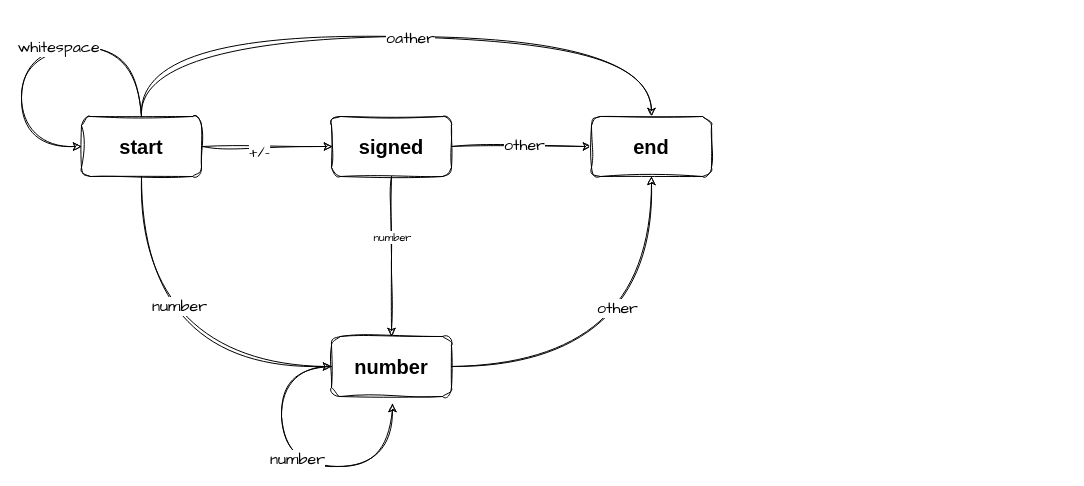
This is 未命名绘图.drawio from zhu91aizhu/drawio, a draw.io file, before an edit. Source tidied: cells renumbered, new cells numbered last; positions are measured from the earlier drawing's top-left corner, leaving out a move shared by most shapes. Both pictures are drawn from the tidied source at 100%, with x=0, y=0 at pixel (21, 36).
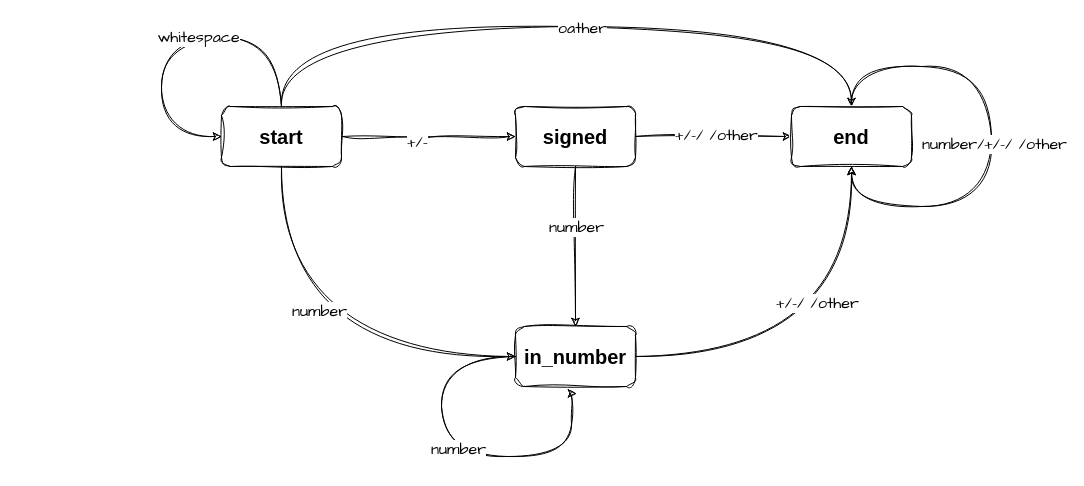
The same page after the edit.

Commit message:
更新未命名绘图.drawio

The change refers to these unchanged cells:
```xml
<mxCell id="14" style="edgeStyle=orthogonalEdgeStyle;rounded=0;sketch=1;hachureGap=4;jiggle=2;curveFitting=1;jettySize=auto;html=1;exitX=1;exitY=0.5;exitDx=0;exitDy=0;entryX=0;entryY=0.5;entryDx=0;entryDy=0;fontFamily=Architects Daughter;" parent="1" edge="1" source="16" target="17">
  <mxGeometry relative="1" as="geometry" />
</mxCell>
<mxCell id="18" style="edgeStyle=orthogonalEdgeStyle;rounded=0;sketch=1;hachureGap=4;jiggle=2;curveFitting=1;jettySize=auto;html=1;exitX=1;exitY=0.5;exitDx=0;exitDy=0;entryX=0.5;entryY=1;entryDx=0;entryDy=0;fontFamily=Architects Daughter;curved=1;" parent="1" edge="1" source="20" target="17">
  <mxGeometry relative="1" as="geometry" />
</mxCell>
```

The edit, as a diff of the source:
```diff
@@
     <mxCell id="2" style="edgeStyle=orthogonalEdgeStyle;rounded=0;sketch=1;hachureGap=4;jiggle=2;curveFitting=1;jettySize=auto;html=1;exitX=0.5;exitY=0;exitDx=0;exitDy=0;entryX=0.5;entryY=0;entryDx=0;entryDy=0;fontFamily=Architects Daughter;curved=1;" parent="1" edge="1" source="8" target="17">
       <mxGeometry relative="1" as="geometry">
         <Array as="points">
-          <mxPoint x="120" />
-          <mxPoint x="630" />
+          <mxPoint x="260" y="-10" />
+          <mxPoint x="830" y="-10" />
         </Array>
       </mxGeometry>
     </mxCell>
@@
-    <mxCell id="6" style="edgeStyle=orthogonalEdgeStyle;rounded=0;sketch=1;hachureGap=4;jiggle=2;curveFitting=1;orthogonalLoop=1;jettySize=auto;html=1;exitX=1;exitY=0.5;exitDx=0;exitDy=0;entryX=0;entryY=0.5;entryDx=0;entryDy=0;fontFamily=Architects Daughter;" parent="1" edge="1">
+    <mxCell id="6" style="edgeStyle=orthogonalEdgeStyle;rounded=0;sketch=1;hachureGap=4;jiggle=2;curveFitting=1;jettySize=auto;html=1;exitX=1;exitY=0.5;exitDx=0;exitDy=0;entryX=0;entryY=0.5;entryDx=0;entryDy=0;fontFamily=Architects Daughter;" parent="1" edge="1" target="16">
       <mxGeometry relative="1" as="geometry">
-        <mxPoint x="181" y="110" as="sourcePoint" />
-        <mxPoint x="311" y="110" as="targetPoint" />
+        <mxPoint x="321" y="100" as="sourcePoint" />
       </mxGeometry>
     </mxCell>
@@
     <mxCell id="8" value="start" style="rounded=1;whiteSpace=wrap;html=1;fontSize=20;fontStyle=1;sketch=1;curveFitting=1;jiggle=2;" parent="1" vertex="1">
-      <mxGeometry x="60" y="80" width="120" height="60" as="geometry" />
+      <mxGeometry x="200" y="70" width="120" height="60" as="geometry" />
     </mxCell>
     <mxCell id="9" style="edgeStyle=orthogonalEdgeStyle;rounded=0;orthogonalLoop=1;jettySize=auto;html=1;exitX=0.5;exitY=0;exitDx=0;exitDy=0;entryX=0;entryY=0.5;entryDx=0;entryDy=0;curved=1;sketch=1;curveFitting=1;jiggle=2;" parent="1" edge="1" source="8" target="8">
       <mxGeometry relative="1" as="geometry">
         <Array as="points">
-          <mxPoint x="120" y="10" />
-          <mxPoint y="10" />
-          <mxPoint y="110" />
+          <mxPoint x="260" />
+          <mxPoint x="140" />
+          <mxPoint x="140" y="100" />
         </Array>
       </mxGeometry>
     </mxCell>
@@
-    <mxCell id="12" style="edgeStyle=orthogonalEdgeStyle;rounded=0;sketch=1;hachureGap=4;jiggle=2;curveFitting=1;jettySize=auto;html=1;exitX=0.5;exitY=1;exitDx=0;exitDy=0;fontFamily=Architects Daughter;fontSize=16;" parent="1" edge="1" source="16">
-      <mxGeometry relative="1" as="geometry">
-        <mxPoint x="370" y="300" as="targetPoint" />
-      </mxGeometry>
+    <mxCell id="12" style="edgeStyle=orthogonalEdgeStyle;rounded=0;sketch=1;hachureGap=4;jiggle=2;curveFitting=1;jettySize=auto;html=1;exitX=0.5;exitY=1;exitDx=0;exitDy=0;fontFamily=Architects Daughter;fontSize=16;entryX=0.5;entryY=0;entryDx=0;entryDy=0;" parent="1" edge="1" source="16" target="20">
+      <mxGeometry relative="1" as="geometry" />
     </mxCell>
-    <mxCell id="13" value="number" style="edgeLabel;html=1;align=center;verticalAlign=middle;sketch=1;hachureGap=4;jiggle=2;curveFitting=1;fontFamily=Architects Daughter;" parent="12" vertex="1">
+    <mxCell id="13" value="number" style="edgeLabel;html=1;align=center;verticalAlign=middle;sketch=1;hachureGap=4;jiggle=2;curveFitting=1;fontFamily=Architects Daughter;fontSize=16;" parent="12" vertex="1">
       <mxGeometry x="-0.25" relative="1" as="geometry" />
     </mxCell>
@@
-    <mxCell id="15" value="other" style="edgeLabel;html=1;align=center;verticalAlign=middle;sketch=1;hachureGap=4;jiggle=2;curveFitting=1;fontFamily=Architects Daughter;fontSize=16;" parent="14" vertex="1">
+    <mxCell id="15" value="+/-/ /other" style="edgeLabel;html=1;align=center;verticalAlign=middle;sketch=1;hachureGap=4;jiggle=2;curveFitting=1;fontFamily=Architects Daughter;fontSize=16;" parent="14" vertex="1">
       <mxGeometry x="0.03" y="2" relative="1" as="geometry" />
     </mxCell>
     <mxCell id="16" value="signed" style="rounded=1;whiteSpace=wrap;html=1;fontSize=20;fontStyle=1;sketch=1;curveFitting=1;jiggle=2;" parent="1" vertex="1">
-      <mxGeometry x="310" y="80" width="120" height="60" as="geometry" />
+      <mxGeometry x="494" y="70" width="120" height="60" as="geometry" />
     </mxCell>
+    <mxCell id="23" style="edgeStyle=orthogonalEdgeStyle;rounded=0;sketch=1;hachureGap=4;jiggle=2;curveFitting=1;jettySize=auto;html=1;exitX=0.5;exitY=0;exitDx=0;exitDy=0;fontFamily=Architects Daughter;curved=1;" parent="1" edge="1" source="17">
+      <mxGeometry relative="1" as="geometry">
+        <mxPoint x="830" y="130" as="targetPoint" />
+        <Array as="points">
+          <mxPoint x="830" y="30" />
+          <mxPoint x="970" y="30" />
+          <mxPoint x="970" y="170" />
+          <mxPoint x="831" y="170" />
+        </Array>
+      </mxGeometry>
+    </mxCell>
+    <mxCell id="24" value="number/+/-/ /other" style="edgeLabel;html=1;align=center;verticalAlign=middle;sketch=1;hachureGap=4;jiggle=2;curveFitting=1;fontFamily=Architects Daughter;fontSize=16;" parent="23" vertex="1">
+      <mxGeometry x="0.03" y="2" relative="1" as="geometry" />
+    </mxCell>
     <mxCell id="17" value="end" style="rounded=1;whiteSpace=wrap;html=1;fontSize=20;fontStyle=1;sketch=1;curveFitting=1;jiggle=2;" parent="1" vertex="1">
-      <mxGeometry x="570" y="80" width="120" height="60" as="geometry" />
+      <mxGeometry x="770" y="70" width="120" height="60" as="geometry" />
     </mxCell>
@@
-    <mxCell id="19" value="other" style="edgeLabel;html=1;align=center;verticalAlign=middle;sketch=1;hachureGap=4;jiggle=2;curveFitting=1;fontFamily=Architects Daughter;fontSize=16;" parent="18" vertex="1">
+    <mxCell id="19" value="+/-/ /other" style="edgeLabel;html=1;align=center;verticalAlign=middle;sketch=1;hachureGap=4;jiggle=2;curveFitting=1;fontFamily=Architects Daughter;fontSize=16;" parent="18" vertex="1">
       <mxGeometry x="0.33" y="35" relative="1" as="geometry" />
     </mxCell>
-    <mxCell id="20" value="number" style="rounded=1;whiteSpace=wrap;html=1;fontSize=20;fontStyle=1;sketch=1;curveFitting=1;jiggle=2;" parent="1" vertex="1">
-      <mxGeometry x="310" y="300" width="120" height="60" as="geometry" />
+    <mxCell id="20" value="in_number" style="rounded=1;whiteSpace=wrap;html=1;fontSize=20;fontStyle=1;sketch=1;curveFitting=1;jiggle=2;" parent="1" vertex="1">
+      <mxGeometry x="494" y="290" width="120" height="60" as="geometry" />
     </mxCell>
     <mxCell id="21" style="edgeStyle=orthogonalEdgeStyle;rounded=0;sketch=1;hachureGap=4;jiggle=2;curveFitting=1;orthogonalLoop=1;jettySize=auto;html=1;exitX=0;exitY=0.5;exitDx=0;exitDy=0;entryX=0.508;entryY=1.117;entryDx=0;entryDy=0;entryPerimeter=0;fontFamily=Architects Daughter;curved=1;" parent="1" edge="1" source="20" target="20">
       <mxGeometry relative="1" as="geometry">
         <Array as="points">
-          <mxPoint x="260" y="330" />
-          <mxPoint x="260" y="430" />
-          <mxPoint x="371" y="430" />
+          <mxPoint x="420" y="320" />
+          <mxPoint x="420" y="420" />
+          <mxPoint x="550" y="420" />
+          <mxPoint x="550" y="357" />
         </Array>
       </mxGeometry>
     </mxCell>
```
